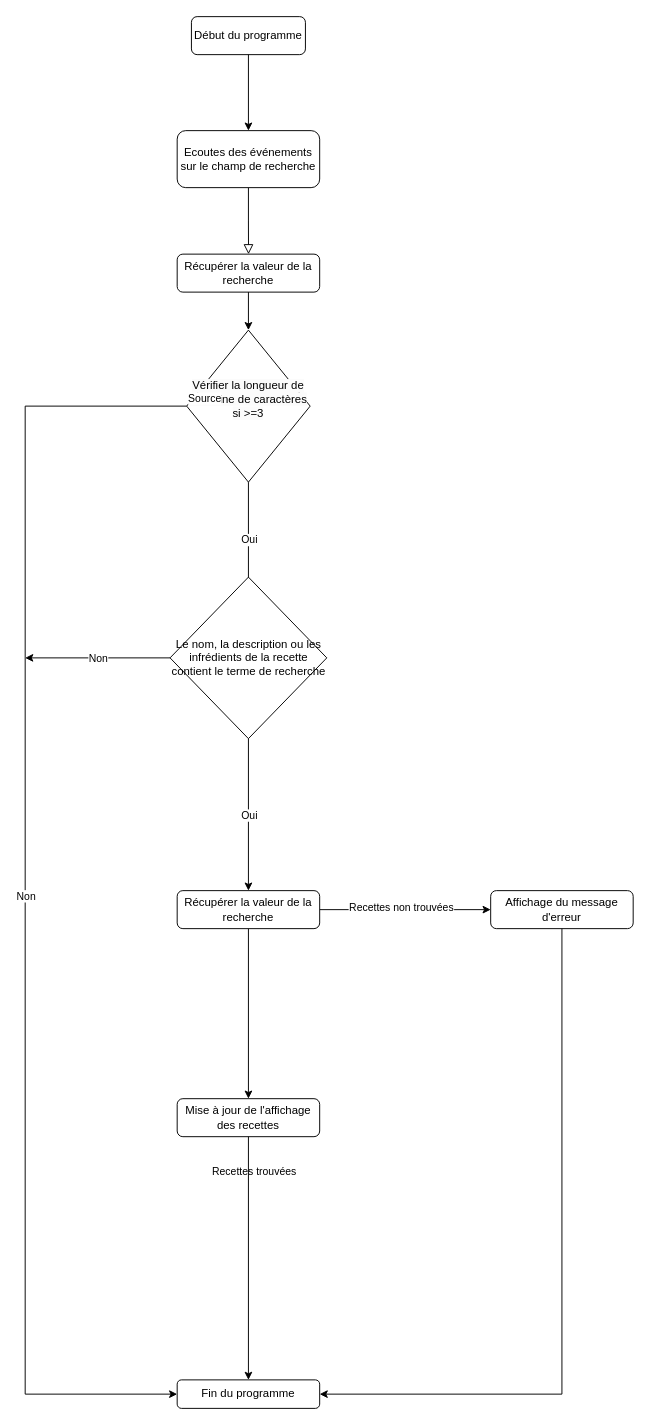
This is Les_petits_plats.drawio from Courleciel/Les-petits-plats, a draw.io file, before an edit. Source tidied: cells renumbered, new cells numbered last; positions are measured from the earlier drawing's top-left corner, leaving out a move shared by most shapes. Both pictures are drawn from the tidied source at 95%, with x=0, y=0 at pixel (25, 16).
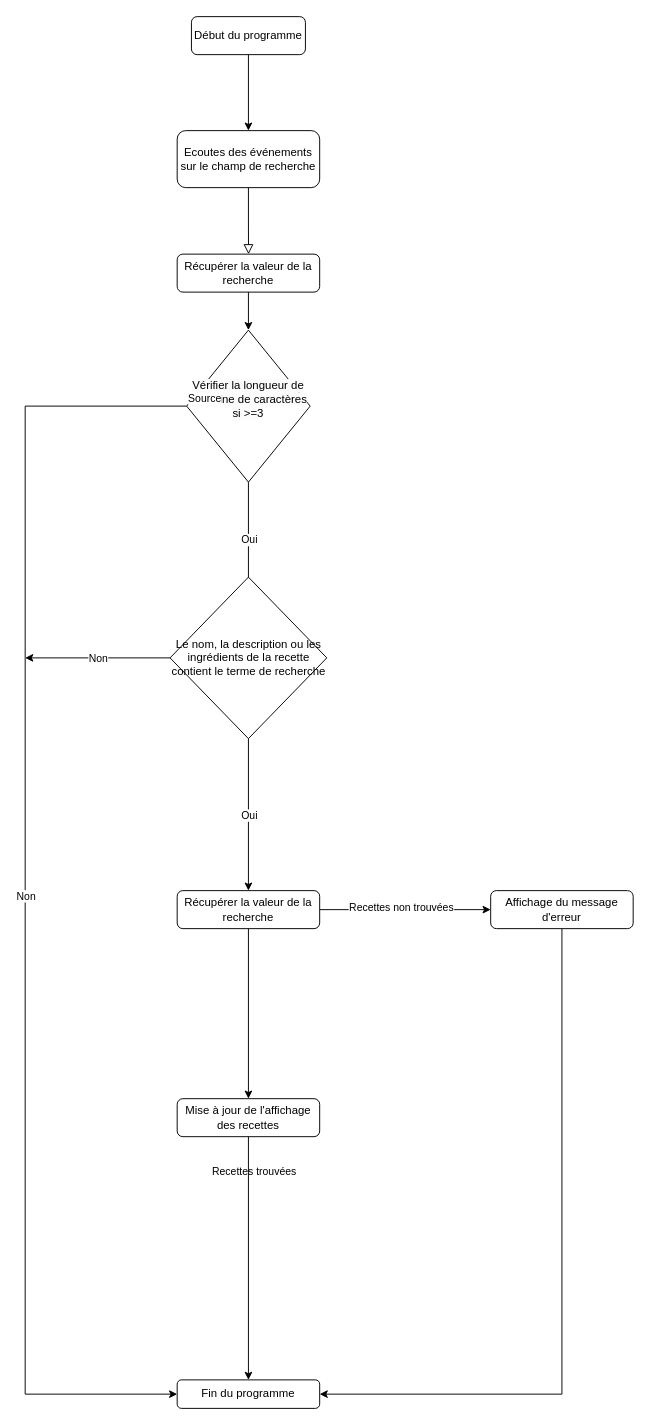
The same page after the edit.

Commit message:
Mettre à jour Les_petits_plats.drawio

The edit, as a diff of the source:
```diff
@@
-    <mxCell id="23" value="Le nom, la description ou les infrédients de la recette contient le terme de recherche" style="rhombus;whiteSpace=wrap;html=1;" parent="1" vertex="1">
+    <mxCell id="23" value="Le nom, la description ou les ingrédients de la recette contient le terme de recherche" style="rhombus;whiteSpace=wrap;html=1;" parent="1" vertex="1">
       <mxGeometry x="152.5" y="590" width="165" height="170" as="geometry" />
     </mxCell>
```
